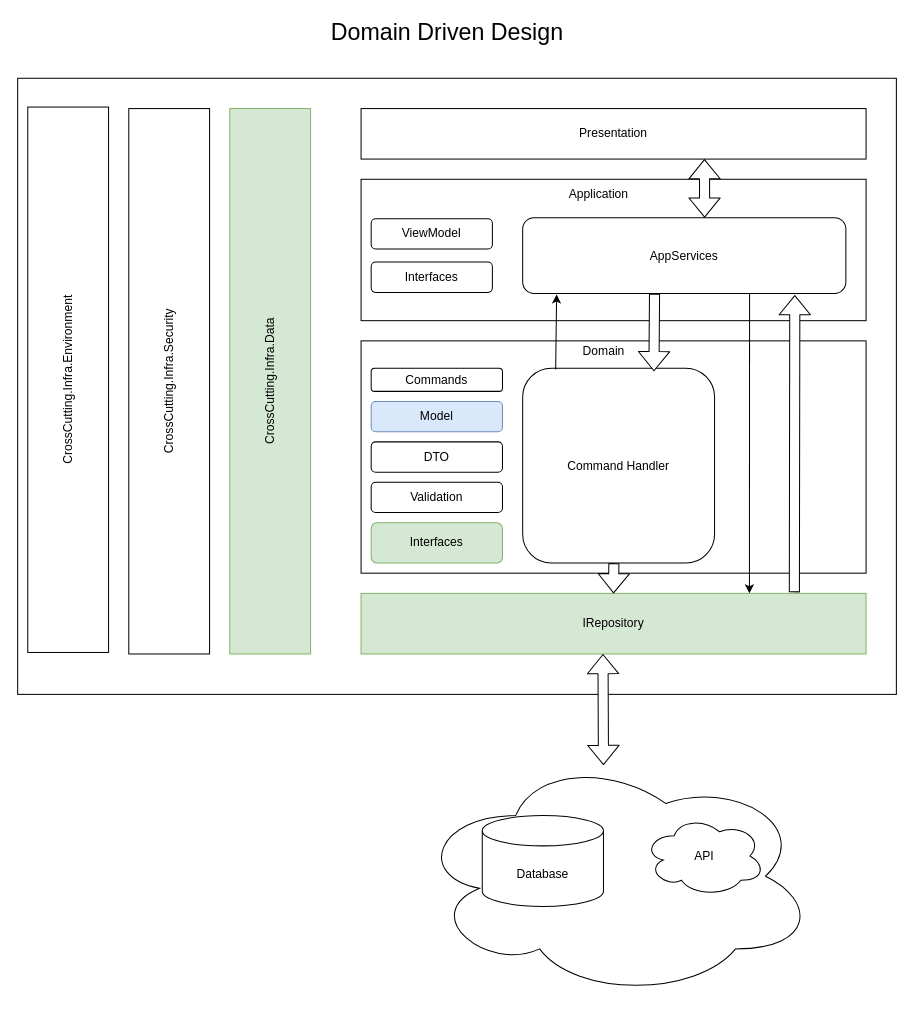
Before: page "DDD" (6 of 9) of docs/Documentation.drawio in jairodemelo/APITest, a draw.io diagram. Source tidied: cells renumbered, new cells numbered last; positions are measured from the earlier drawing's top-left corner, leaving out a move shared by most shapes. Both pictures are drawn from the tidied source at 101%, with x=0, y=0 at pixel (17, 17).
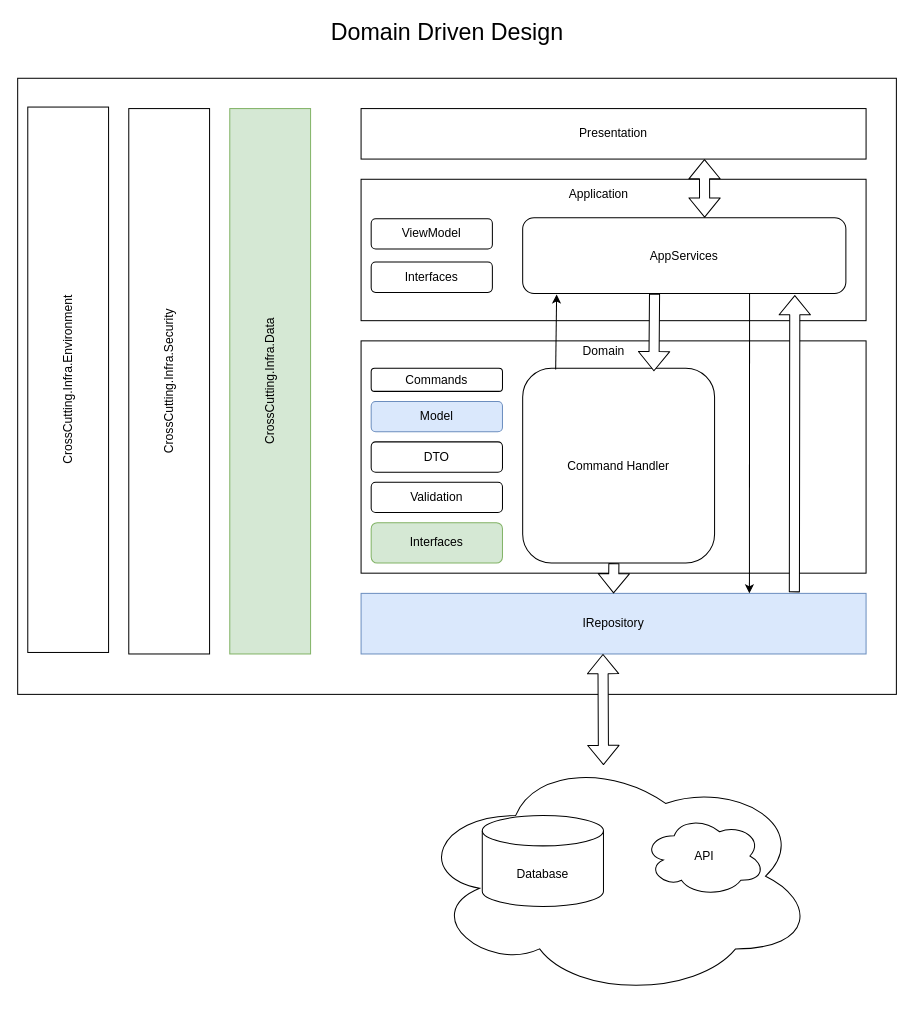
After the change.

Change to the diagram source:
```diff
@@
-    <mxCell id="20" value="IRepository" style="rounded=0;whiteSpace=wrap;html=1;fontSize=12;fillColor=#d5e8d4;strokeColor=#82b366;" parent="1" vertex="1">
+    <mxCell id="20" value="IRepository" style="rounded=0;whiteSpace=wrap;html=1;fontSize=12;fillColor=#dae8fc;strokeColor=#6c8ebf;" parent="1" vertex="1">
       <mxGeometry x="340" y="570" width="500" height="60" as="geometry" />
     </mxCell>
```
